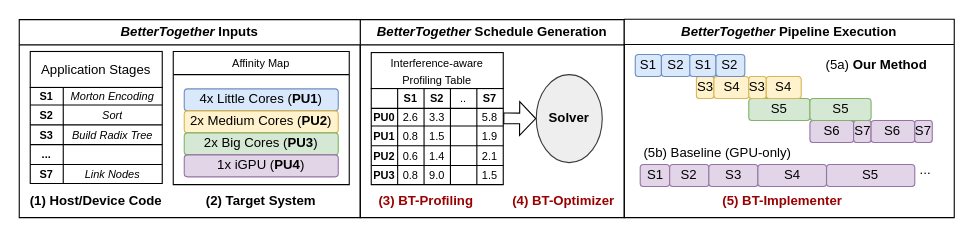
The draw.io diagram scripts/paper_figures/figure_2_framework_diagram.drawio in ucsc-redwood/better-together, before the edit. Source tidied: cells renumbered, new cells numbered last; positions are measured from the earlier drawing's top-left corner, leaving out a move shared by most shapes. Both pictures are drawn from the tidied source at 110%, with x=0, y=0 at pixel (19, 19).
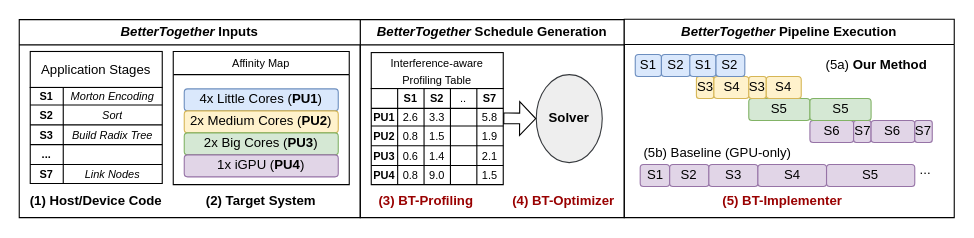
The same diagram, later.

Unchanged cells that the change refers to:
```xml
<mxCell id="11" style="shape=tableRow;horizontal=0;startSize=0;swimlaneHead=0;swimlaneBody=0;strokeColor=inherit;top=0;left=0;bottom=0;right=0;fillColor=none;fontSize=10;shadow=0;" parent="4" vertex="1">
  <mxGeometry y="18" width="120" height="16" as="geometry" />
</mxCell>
<mxCell id="17" style="shape=tableRow;horizontal=0;startSize=0;swimlaneHead=0;swimlaneBody=0;strokeColor=inherit;top=0;left=0;bottom=0;right=0;fillColor=none;fontSize=10;shadow=0;" parent="4" vertex="1">
  <mxGeometry y="34" width="120" height="18" as="geometry" />
</mxCell>
<mxCell id="23" style="shape=tableRow;horizontal=0;startSize=0;swimlaneHead=0;swimlaneBody=0;strokeColor=inherit;top=0;left=0;bottom=0;right=0;fillColor=none;fontSize=10;shadow=0;" parent="4" vertex="1">
  <mxGeometry y="52" width="120" height="18" as="geometry" />
</mxCell>
<mxCell id="29" style="shape=tableRow;horizontal=0;startSize=0;swimlaneHead=0;swimlaneBody=0;strokeColor=inherit;top=0;left=0;bottom=0;right=0;fillColor=none;fontSize=10;shadow=0;" parent="4" vertex="1">
  <mxGeometry y="70" width="120" height="17" as="geometry" />
</mxCell>
```

The edit, as a diff of the source:
```diff
@@
-    <mxCell id="12" value="PU0" style="shape=partialRectangle;html=1;whiteSpace=wrap;strokeColor=inherit;overflow=hidden;fillColor=none;top=0;left=0;bottom=0;right=0;fontSize=10;fontStyle=1;shadow=0;" parent="11" vertex="1">
+    <mxCell id="12" value="PU1" style="shape=partialRectangle;html=1;whiteSpace=wrap;strokeColor=inherit;overflow=hidden;fillColor=none;top=0;left=0;bottom=0;right=0;fontSize=10;fontStyle=1;shadow=0;" parent="11" vertex="1">
       <mxGeometry width="24" height="16" as="geometry" />
     </mxCell>
@@
-    <mxCell id="18" value="PU1" style="shape=partialRectangle;html=1;whiteSpace=wrap;strokeColor=inherit;overflow=hidden;fillColor=none;top=0;left=0;bottom=0;right=0;fontSize=10;fontStyle=1;labelBackgroundColor=default;shadow=0;" parent="17" vertex="1">
+    <mxCell id="18" value="PU2" style="shape=partialRectangle;html=1;whiteSpace=wrap;strokeColor=inherit;overflow=hidden;fillColor=none;top=0;left=0;bottom=0;right=0;fontSize=10;fontStyle=1;labelBackgroundColor=default;shadow=0;" parent="17" vertex="1">
       <mxGeometry width="24" height="18" as="geometry" />
     </mxCell>
@@
-    <mxCell id="24" value="PU2" style="shape=partialRectangle;html=1;whiteSpace=wrap;strokeColor=inherit;overflow=hidden;fillColor=none;top=0;left=0;bottom=0;right=0;fontSize=10;fontStyle=1;shadow=0;" parent="23" vertex="1">
+    <mxCell id="24" value="PU3" style="shape=partialRectangle;html=1;whiteSpace=wrap;strokeColor=inherit;overflow=hidden;fillColor=none;top=0;left=0;bottom=0;right=0;fontSize=10;fontStyle=1;shadow=0;" parent="23" vertex="1">
       <mxGeometry width="24" height="18" as="geometry" />
     </mxCell>
@@
-    <mxCell id="30" value="PU3" style="shape=partialRectangle;html=1;whiteSpace=wrap;strokeColor=inherit;overflow=hidden;fillColor=none;top=0;left=0;bottom=0;right=0;fontSize=10;fontStyle=1;shadow=0;" parent="29" vertex="1">
+    <mxCell id="30" value="PU4" style="shape=partialRectangle;html=1;whiteSpace=wrap;strokeColor=inherit;overflow=hidden;fillColor=none;top=0;left=0;bottom=0;right=0;fontSize=10;fontStyle=1;shadow=0;" parent="29" vertex="1">
       <mxGeometry width="24" height="17" as="geometry" />
     </mxCell>
```
